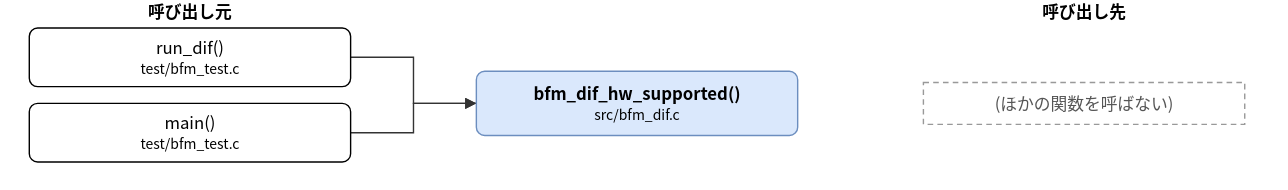
Earlier version of the draw.io export doc/spec/images/call_src_bfm_dif-bfm_dif_hw_supported.drawio.svg (hf355051012-ai/bfmem). Source tidied: cells renumbered, new cells last; positions are measured from the earlier drawing's top-left corner, leaving out a move shared by most shapes. The source it was exported from:
```xml
<mxGraphModel>
  <root>
    <mxCell id="0" />
    <mxCell id="1" parent="0" />
    <mxCell id="2" value="bfm_dif_hw_supported()&lt;br&gt;&lt;font style=&quot;font-size:10px&quot;&gt;src/bfm_dif.c&lt;/font&gt;" style="rounded=1;whiteSpace=wrap;html=1;fillColor=#dae8fc;strokeColor=#6c8ebf;fontStyle=1;" parent="1" vertex="1">
      <mxGeometry x="320" y="51" width="230" height="46" as="geometry" />
    </mxCell>
    <mxCell id="3" value="run_dif()&lt;br&gt;&lt;font style=&quot;font-size:10px&quot;&gt;test/bfm_test.c&lt;/font&gt;" style="rounded=1;whiteSpace=wrap;html=1;" parent="1" vertex="1">
      <mxGeometry y="20" width="230" height="42" as="geometry" />
    </mxCell>
    <mxCell id="4" value="main()&lt;br&gt;&lt;font style=&quot;font-size:10px&quot;&gt;test/bfm_test.c&lt;/font&gt;" style="rounded=1;whiteSpace=wrap;html=1;" parent="1" vertex="1">
      <mxGeometry y="74" width="230" height="42" as="geometry" />
    </mxCell>
    <mxCell id="5" value="(ほかの関数を呼ばない)" style="rounded=0;whiteSpace=wrap;html=1;dashed=1;strokeColor=#999999;fontColor=#555555;dashed=1;" parent="1" vertex="1">
      <mxGeometry x="640" y="59" width="230" height="30" as="geometry" />
    </mxCell>
    <mxCell id="6" style="edgeStyle=none;html=1;rounded=0;endArrow=block;endFill=1;exitX=1.0000;exitY=0.5000;exitDx=0;exitDy=0;exitPerimeter=0;entryX=0.0000;entryY=0.5000;entryDx=0;entryDy=0;entryPerimeter=0;" parent="1" edge="1" source="3" target="2">
      <mxGeometry relative="1" as="geometry">
        <Array as="points">
          <mxPoint x="275" y="41" />
          <mxPoint x="275" y="74" />
        </Array>
      </mxGeometry>
    </mxCell>
    <mxCell id="7" style="edgeStyle=none;html=1;rounded=0;endArrow=block;endFill=1;exitX=1.0000;exitY=0.5000;exitDx=0;exitDy=0;exitPerimeter=0;entryX=0.0000;entryY=0.5000;entryDx=0;entryDy=0;entryPerimeter=0;" parent="1" edge="1" source="4" target="2">
      <mxGeometry relative="1" as="geometry">
        <Array as="points">
          <mxPoint x="275" y="95" />
          <mxPoint x="275" y="74" />
        </Array>
      </mxGeometry>
    </mxCell>
    <mxCell id="8" value="呼び出し元" style="text;html=1;align=center;fontStyle=1;" parent="1" vertex="1">
      <mxGeometry x="35" width="160" height="18" as="geometry" />
    </mxCell>
    <mxCell id="9" value="呼び出し先" style="text;html=1;align=center;fontStyle=1;" parent="1" vertex="1">
      <mxGeometry x="675" width="160" height="18" as="geometry" />
    </mxCell>
  </root>
</mxGraphModel>
```
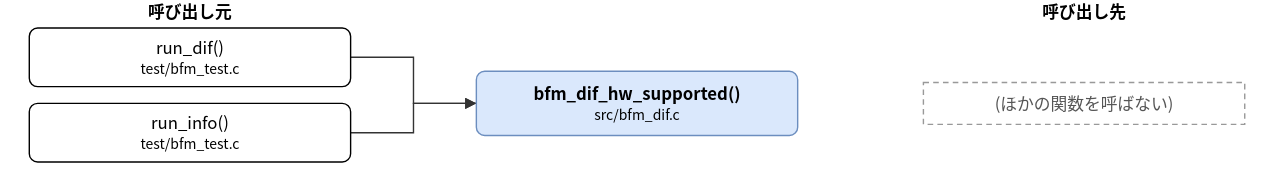
The same file after the commit.

The edit, as a diff of the source:
```diff
@@ -8,7 +8,7 @@
     <mxCell id="3" value="run_dif()&lt;br&gt;&lt;font style=&quot;font-size:10px&quot;&gt;test/bfm_test.c&lt;/font&gt;" style="rounded=1;whiteSpace=wrap;html=1;" parent="1" vertex="1">
       <mxGeometry y="20" width="230" height="42" as="geometry" />
     </mxCell>
-    <mxCell id="4" value="main()&lt;br&gt;&lt;font style=&quot;font-size:10px&quot;&gt;test/bfm_test.c&lt;/font&gt;" style="rounded=1;whiteSpace=wrap;html=1;" parent="1" vertex="1">
+    <mxCell id="4" value="run_info()&lt;br&gt;&lt;font style=&quot;font-size:10px&quot;&gt;test/bfm_test.c&lt;/font&gt;" style="rounded=1;whiteSpace=wrap;html=1;" parent="1" vertex="1">
       <mxGeometry y="74" width="230" height="42" as="geometry" />
     </mxCell>
     <mxCell id="5" value="(ほかの関数を呼ばない)" style="rounded=0;whiteSpace=wrap;html=1;dashed=1;strokeColor=#999999;fontColor=#555555;dashed=1;" parent="1" vertex="1">
```
